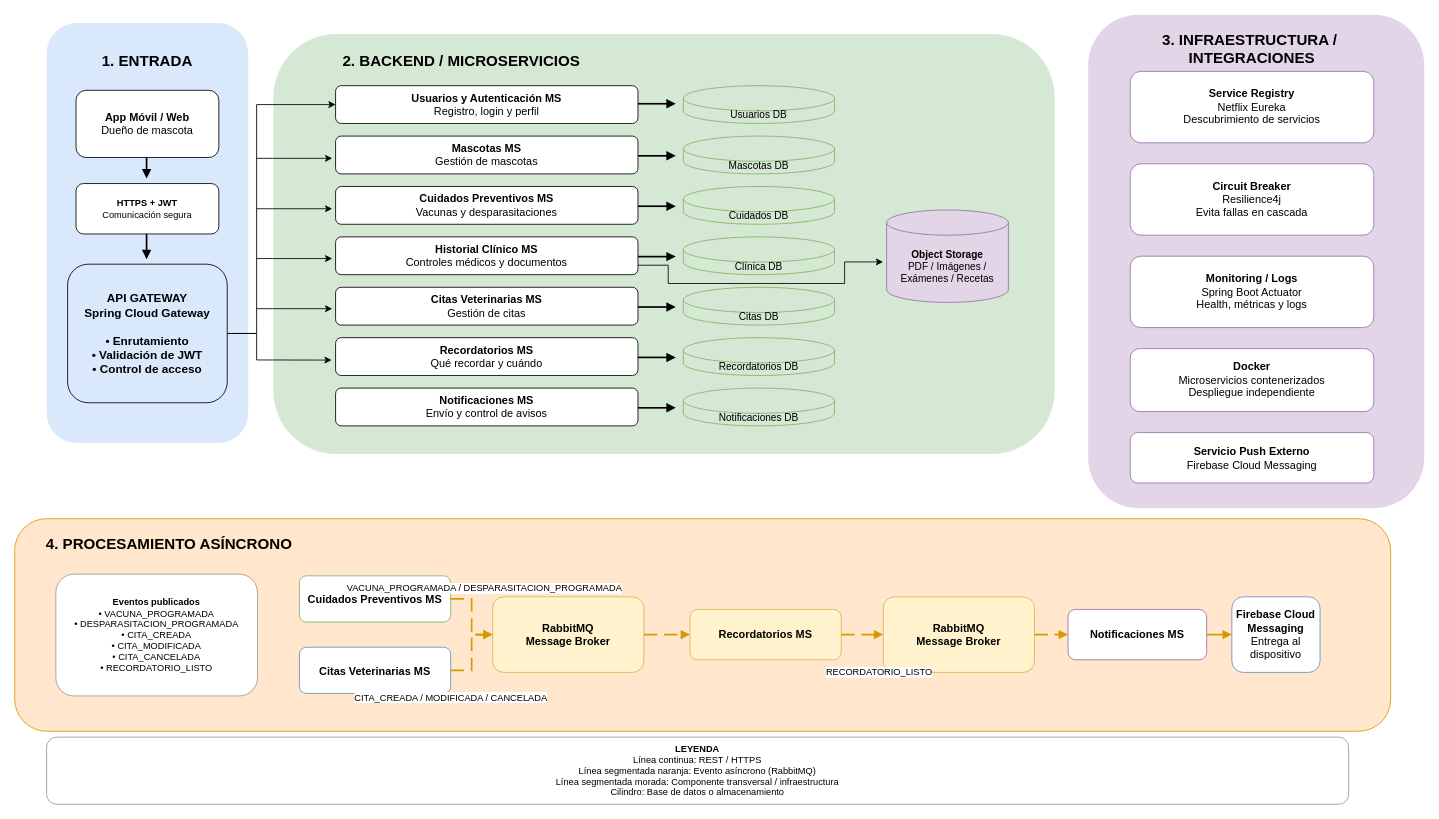
The draw.io diagram registroMascotas/anexos/diagrama-arquitectura.drawio in bradanovich/registroMascotas, before the edit. Source tidied: cells renumbered, new cells numbered last; positions are measured from the earlier drawing's top-left corner, leaving out a move shared by most shapes. Both pictures are drawn from the tidied source at 84%, with x=0, y=0 at pixel (14, 14).
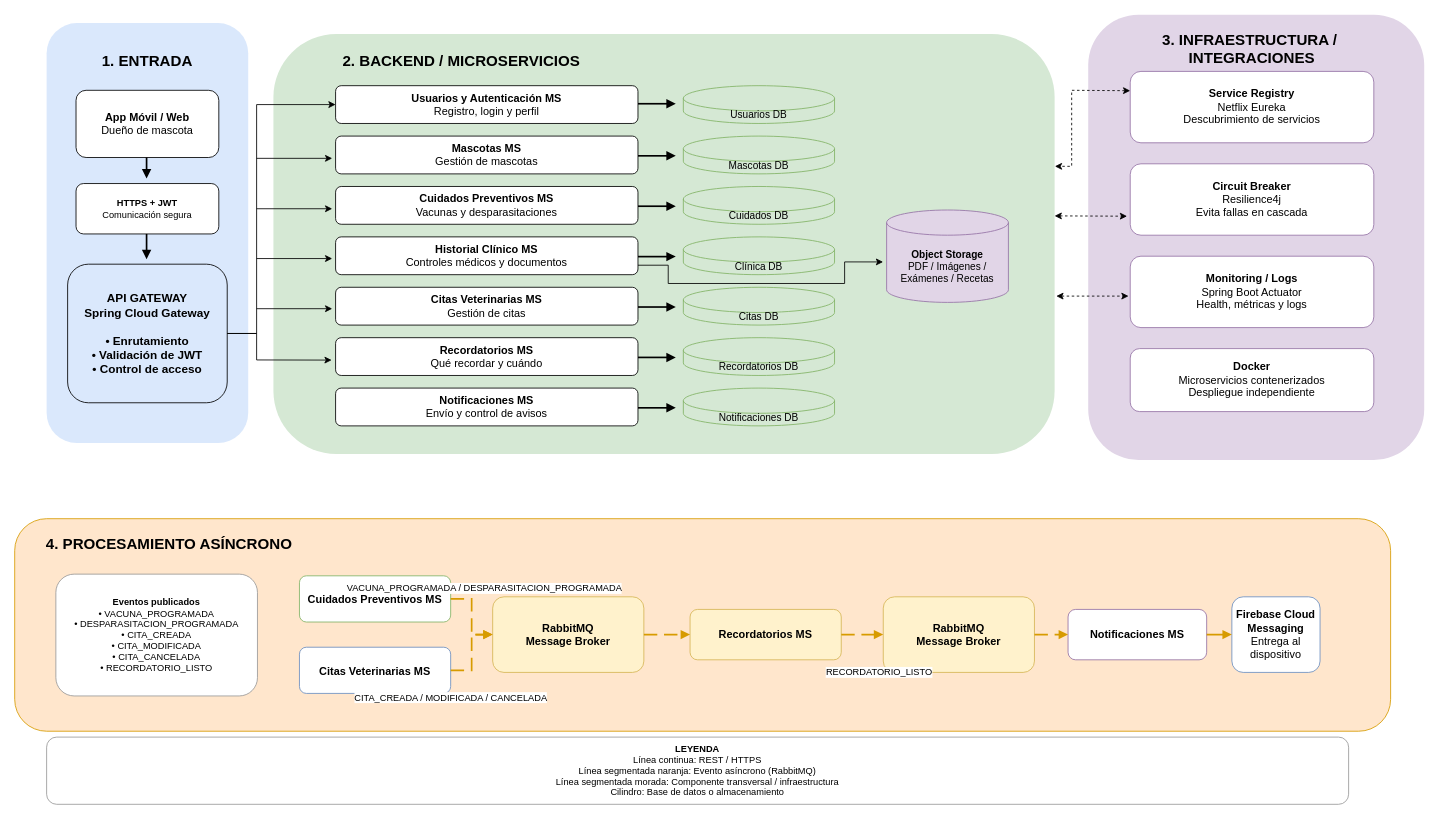
Above is the later version.

The change refers to these unchanged cells:
```xml
<mxCell id="24" style="rounded=1;whiteSpace=wrap;html=1;fillColor=#d5e8d4;strokeColor=none;fontStyle=1;fontSize=18;" parent="1" vertex="1">
  <mxGeometry x="308" y="23" width="930" height="500" as="geometry" />
</mxCell>
<mxCell id="42" value="&lt;b&gt;Circuit Breaker&lt;/b&gt;&lt;br/&gt;Resilience4j&lt;br/&gt;Evita fallas en cascada" style="rounded=1;whiteSpace=wrap;html=1;fillColor=#ffffff;strokeColor=#9673a6;fontSize=13;" parent="1" vertex="1">
  <mxGeometry x="1328" y="177.5" width="290" height="85" as="geometry" />
</mxCell>
```

What changed in the source:
```diff
@@
     <mxCell id="40" style="rounded=1;whiteSpace=wrap;html=1;fillColor=#e1d5e7;strokeColor=none;fontStyle=1;fontSize=18;" parent="1" vertex="1">
-      <mxGeometry x="1278" width="400" height="587.5" as="geometry" />
+      <mxGeometry x="1278" width="400" height="530" as="geometry" />
     </mxCell>
@@
-    <mxCell id="45" value="&lt;b&gt;Servicio Push Externo&lt;/b&gt;&lt;br/&gt;Firebase Cloud Messaging" style="rounded=1;whiteSpace=wrap;html=1;fillColor=#ffffff;strokeColor=#9673a6;fontSize=13;" parent="1" vertex="1">
-      <mxGeometry x="1328" y="497.5" width="290" height="60" as="geometry" />
-    </mxCell>
@@
+    <mxCell id="64" style="endArrow=classic;dashed=1;html=1;rounded=0;entryX=1;entryY=0.375;entryDx=0;entryDy=0;entryPerimeter=0;exitX=-0.001;exitY=0.623;exitDx=0;exitDy=0;exitPerimeter=0;strokeColor=light-dark(#000000,#CC99FF);endFill=1;startArrow=classic;startFill=1;" parent="1" edge="1">
+      <mxGeometry relative="1" as="geometry">
+        <mxPoint x="1328" y="90.5" as="sourcePoint" />
+        <mxPoint x="1238.3" y="180.5" as="targetPoint" />
+        <Array as="points">
+          <mxPoint x="1258.3" y="90" />
+          <mxPoint x="1258.3" y="180.5" />
+        </Array>
+      </mxGeometry>
+    </mxCell>
+    <mxCell id="65" style="endArrow=classic;dashed=1;html=1;rounded=0;entryX=-0.013;entryY=0.734;entryDx=0;entryDy=0;entryPerimeter=0;exitX=1;exitY=0.433;exitDx=0;exitDy=0;exitPerimeter=0;strokeColor=light-dark(#000000,#CC99FF);startArrow=classic;startFill=1;endFill=1;" parent="1" edge="1" source="24" target="42">
+      <mxGeometry relative="1" as="geometry" />
+    </mxCell>
+    <mxCell id="66" style="endArrow=classic;dashed=1;html=1;rounded=0;entryX=-0.013;entryY=0.734;entryDx=0;entryDy=0;entryPerimeter=0;exitX=1;exitY=0.433;exitDx=0;exitDy=0;exitPerimeter=0;strokeColor=light-dark(#000000,#CC99FF);startArrow=classic;startFill=1;endFill=1;" parent="1" edge="1">
+      <mxGeometry relative="1" as="geometry">
+        <mxPoint x="1240" y="335" as="sourcePoint" />
+        <mxPoint x="1326" y="335" as="targetPoint" />
+      </mxGeometry>
+    </mxCell>
```
